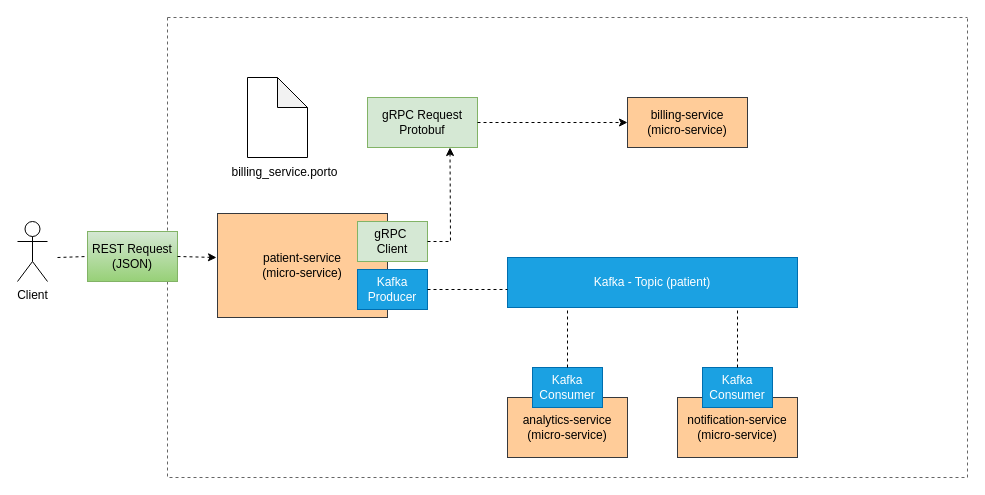
Before: Diagram/component.drawio in XMasud/patient-care, a draw.io diagram. Source tidied: cells renumbered, new cells numbered last; positions are measured from the earlier drawing's top-left corner, leaving out a move shared by most shapes. Both pictures are drawn from the tidied source at 100%, with x=0, y=0 at pixel (17, 17).
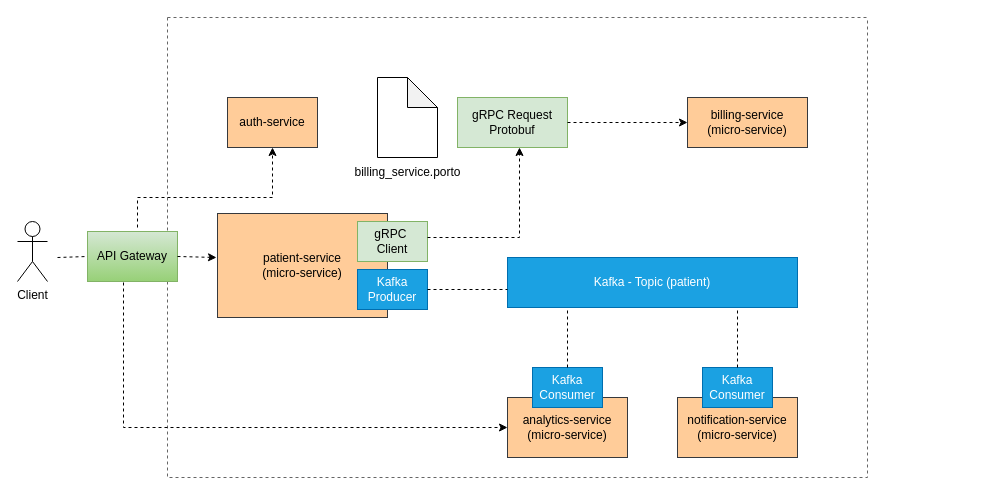
Above is the later version.

The change refers to these unchanged cells:
```xml
<mxCell id="6" value="gRPC&amp;nbsp;&lt;div&gt;Client&lt;/div&gt;" style="rounded=0;whiteSpace=wrap;html=1;fillColor=#d5e8d4;strokeColor=#82b366;" parent="3" vertex="1">
  <mxGeometry x="190" y="204" width="70" height="40" as="geometry" />
</mxCell>
<mxCell id="13" value="analytics-service&lt;br&gt;(micro-service)" style="rounded=0;whiteSpace=wrap;html=1;fillColor=#ffcc99;strokeColor=#36393d;" parent="3" vertex="1">
  <mxGeometry x="340" y="380" width="120" height="60" as="geometry" />
</mxCell>
```

Diff of the diagram source:
```diff
@@
     <mxCell id="3" style="swimlane;startSize=0;dashed=1;fillColor=#f5f5f5;gradientColor=#b3b3b3;strokeColor=#666666;" parent="1" vertex="1">
-      <mxGeometry x="150" width="800" height="460" as="geometry" />
+      <mxGeometry x="150" width="700" height="460" as="geometry" />
     </mxCell>
@@
     <mxCell id="5" value="billing-service&lt;br&gt;(micro-service)" style="rounded=0;whiteSpace=wrap;html=1;fillColor=#ffcc99;strokeColor=#36393d;" parent="3" vertex="1">
-      <mxGeometry x="460" y="80" width="120" height="50" as="geometry" />
+      <mxGeometry x="520" y="80" width="120" height="50" as="geometry" />
     </mxCell>
@@
     <mxCell id="7" value="gRPC Request&lt;br&gt;Protobuf" style="rounded=0;whiteSpace=wrap;html=1;fillColor=#d5e8d4;strokeColor=#82b366;" parent="3" vertex="1">
-      <mxGeometry x="200" y="80" width="110" height="50" as="geometry" />
+      <mxGeometry x="290" y="80" width="110" height="50" as="geometry" />
     </mxCell>
@@
-    <mxCell id="9" style="endArrow=classic;html=1;rounded=0;entryX=0.75;entryY=1;entryDx=0;entryDy=0;exitX=1;exitY=0.5;exitDx=0;exitDy=0;dashed=1;" parent="3" edge="1" source="6" target="7">
+    <mxCell id="9" style="endArrow=classic;html=1;rounded=0;dashed=1;" parent="3" edge="1">
       <mxGeometry relative="1" as="geometry">
+        <mxPoint x="260" y="220" as="sourcePoint" />
+        <mxPoint x="352" y="130" as="targetPoint" />
         <Array as="points">
-          <mxPoint x="283" y="224" />
+          <mxPoint x="352" y="220" />
         </Array>
       </mxGeometry>
     </mxCell>
@@
     <mxCell id="19" style="shape=note;whiteSpace=wrap;html=1;backgroundOutline=1;darkOpacity=0.05;" parent="3" vertex="1">
-      <mxGeometry x="80" y="60" width="60" height="80" as="geometry" />
+      <mxGeometry x="210" y="60" width="60" height="80" as="geometry" />
     </mxCell>
     <mxCell id="20" value="billing_service.porto" style="text;html=1;align=center;verticalAlign=middle;whiteSpace=wrap;rounded=0;" parent="3" vertex="1">
-      <mxGeometry x="60" y="140" width="115" height="30" as="geometry" />
+      <mxGeometry x="182.5" y="140" width="115" height="30" as="geometry" />
     </mxCell>
+    <mxCell id="24" value="auth-service" style="rounded=0;whiteSpace=wrap;html=1;fillColor=#ffcc99;strokeColor=#36393d;" parent="3" vertex="1">
+      <mxGeometry x="60" y="80" width="90" height="50" as="geometry" />
+    </mxCell>
-    <mxCell id="21" value="REST Request&lt;br&gt;(JSON)" style="rounded=0;whiteSpace=wrap;html=1;fillColor=#d5e8d4;gradientColor=#97d077;strokeColor=#82b366;" parent="1" vertex="1">
+    <mxCell id="21" value="API Gateway" style="rounded=0;whiteSpace=wrap;html=1;fillColor=#d5e8d4;gradientColor=#97d077;strokeColor=#82b366;" parent="1" vertex="1">
       <mxGeometry x="70" y="214" width="90" height="50" as="geometry" />
     </mxCell>
@@
+    <mxCell id="25" style="endArrow=classic;html=1;rounded=0;exitX=0.4;exitY=1.02;exitDx=0;exitDy=0;exitPerimeter=0;entryX=0;entryY=0.5;entryDx=0;entryDy=0;dashed=1;" parent="1" edge="1" source="21" target="13">
+      <mxGeometry relative="1" as="geometry">
+        <Array as="points">
+          <mxPoint x="106" y="410" />
+        </Array>
+      </mxGeometry>
+    </mxCell>
+    <mxCell id="26" style="endArrow=classic;html=1;rounded=0;entryX=0.5;entryY=1;entryDx=0;entryDy=0;dashed=1;" parent="1" edge="1" target="24">
+      <mxGeometry relative="1" as="geometry">
+        <mxPoint x="120" y="210" as="sourcePoint" />
+        <Array as="points">
+          <mxPoint x="120" y="180" />
+          <mxPoint x="255" y="180" />
+        </Array>
+      </mxGeometry>
+    </mxCell>
```
